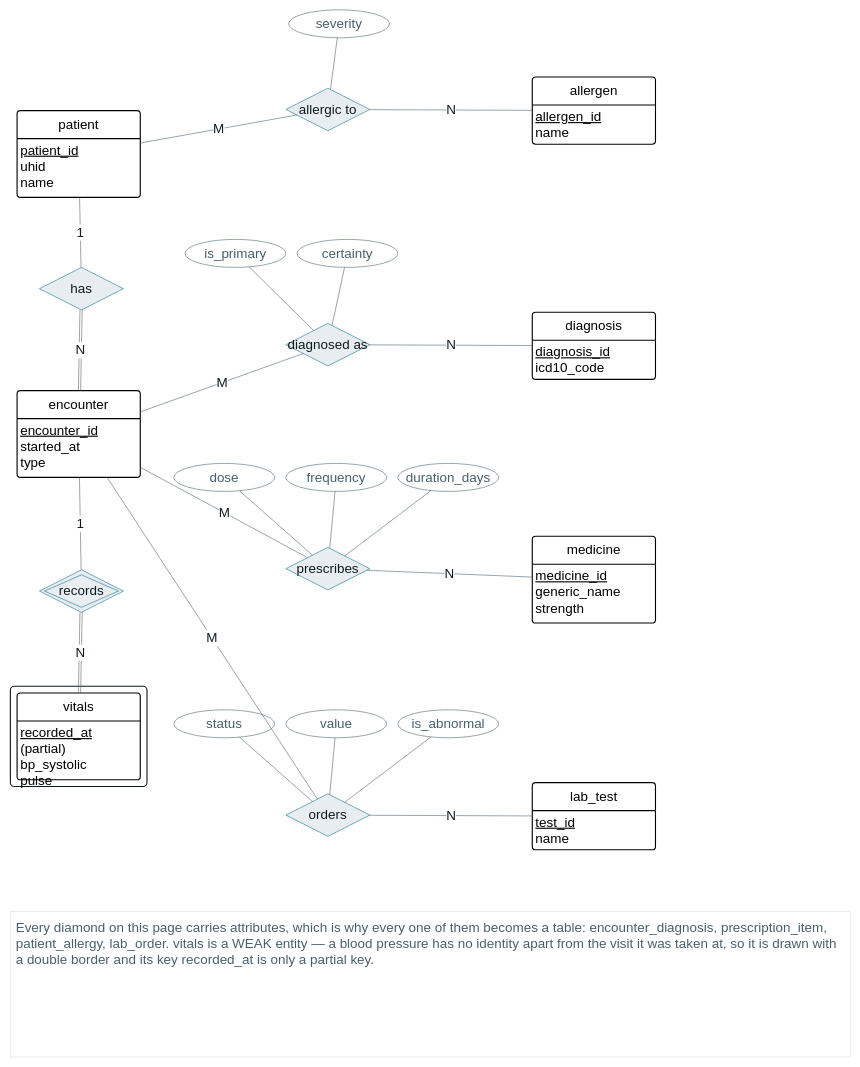
NoboIshraque/hospital-management-system keeps this draw.io diagram as page "2 · Clinical" (2 of 6) of docs/er-diagrams/uhid-er-chen-boxed.drawio. Above is the earlier version. Source tidied: cells renumbered, new cells numbered last; positions are measured from the earlier drawing's top-left corner, leaving out a move shared by most shapes. Both pictures are drawn from the tidied source at 56%, with x=0, y=0 at pixel (10, 10).
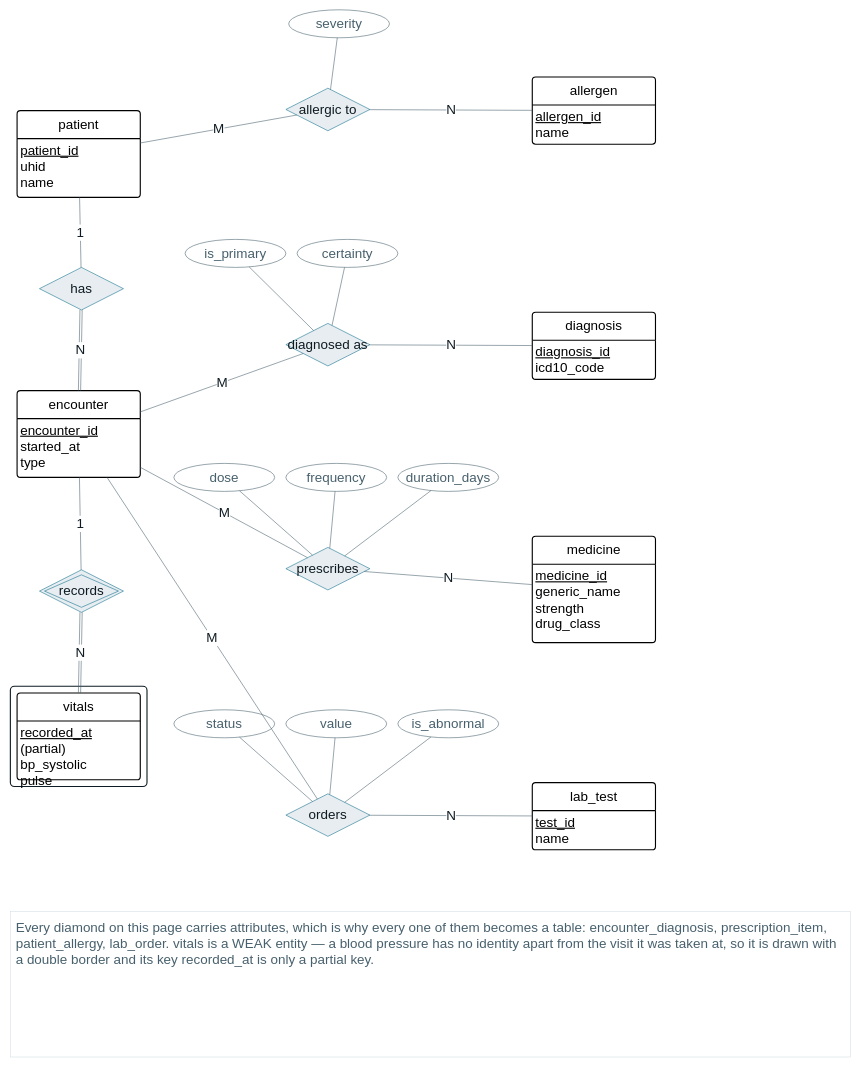
After the change.

Diff of the diagram source:
```diff
@@
     <mxCell id="13" value="medicine" style="swimlane;horizontal=1;startSize=50;rounded=1;fontSize=24;fontStyle=0;strokeWidth=2;shadow=0;dashed=0;align=center;arcSize=4;whiteSpace=wrap;html=1;" parent="1" vertex="1">
-      <mxGeometry x="932" y="940" width="220" height="155" as="geometry" />
+      <mxGeometry x="932" y="940" width="220" height="190" as="geometry" />
     </mxCell>
-    <mxCell id="14" value="&lt;u&gt;medicine_id&lt;/u&gt;&lt;div&gt;generic_name&lt;/div&gt;&lt;div&gt;strength&lt;/div&gt;" style="align=left;strokeColor=none;fillColor=none;spacingLeft=4;spacingRight=4;fontSize=24;verticalAlign=top;html=1;whiteSpace=wrap;" parent="13" vertex="1">
-      <mxGeometry y="50" width="220" height="105" as="geometry" />
+    <mxCell id="14" value="&lt;u&gt;medicine_id&lt;/u&gt;&lt;div&gt;generic_name&lt;/div&gt;&lt;div&gt;strength&lt;/div&gt;&lt;div&gt;drug_class&lt;/div&gt;" style="align=left;strokeColor=none;fillColor=none;spacingLeft=4;spacingRight=4;fontSize=24;verticalAlign=top;html=1;whiteSpace=wrap;" parent="13" vertex="1">
+      <mxGeometry y="50" width="220" height="140" as="geometry" />
     </mxCell>
```
